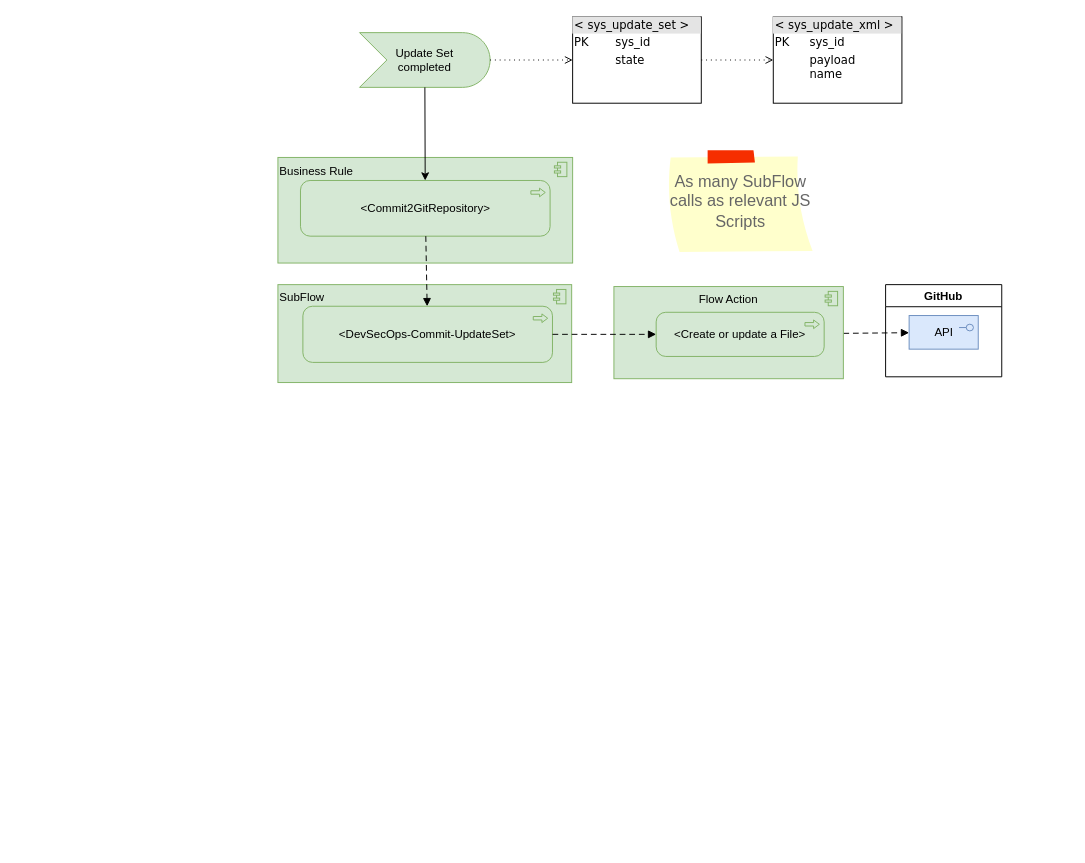
algimas/tmp keeps this draw.io diagram as page "GitHub" (11 of 12) of SnDevSecOps.drawio. Above is the earlier version. Source tidied: cells renumbered, new cells numbered last; positions are measured from the earlier drawing's top-left corner, leaving out a move shared by most shapes. Both pictures are drawn from the tidied source at 96%, with x=0, y=0 at pixel (277, 16).
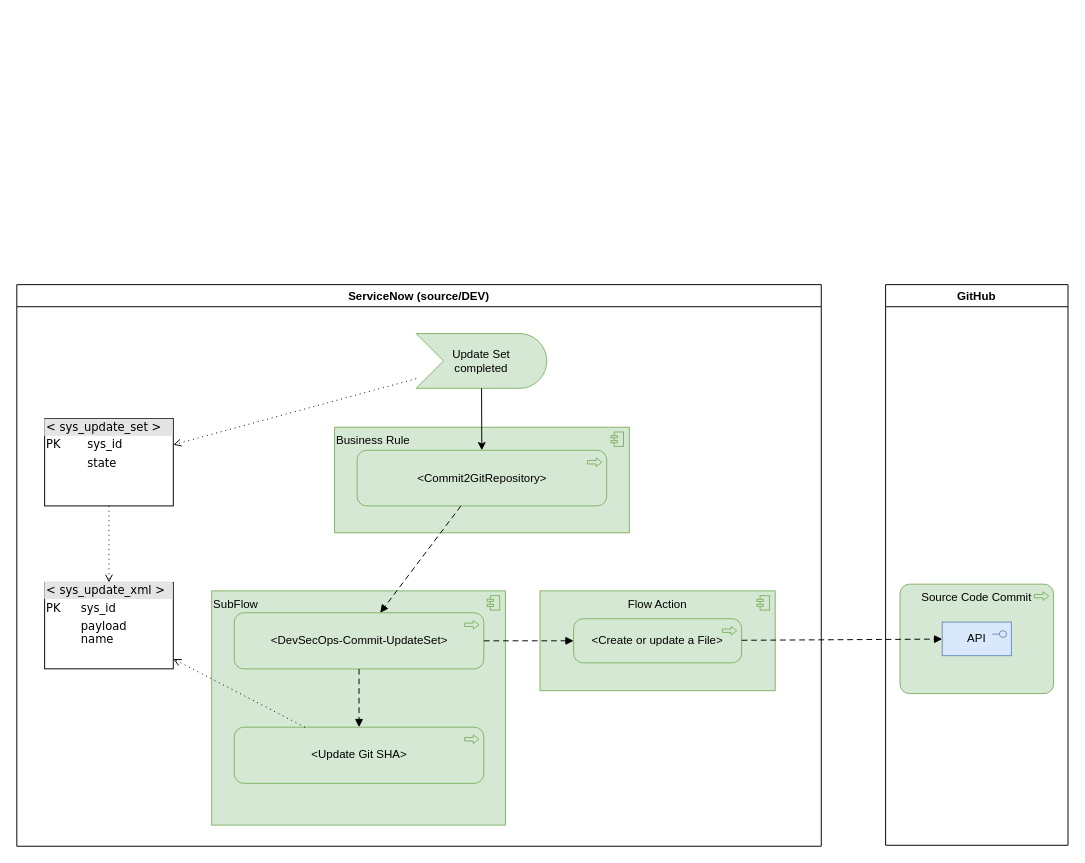
After the change.

What changed in the source:
```diff
@@
+    <mxCell id="20" value="ServiceNow (source/DEV)" style="swimlane;" parent="1" vertex="1">
+      <mxGeometry x="-272" y="279" width="838" height="585" as="geometry" />
+    </mxCell>
-    <mxCell id="2" value="Business Rule" style="html=1;whiteSpace=wrap;fillColor=#d5e8d4;shape=mxgraph.archimate3.application;appType=comp;archiType=square;strokeColor=#82b366;verticalAlign=top;align=left;" parent="1" vertex="1">
-      <mxGeometry y="146.5" width="307" height="110" as="geometry" />
+    <mxCell id="2" value="Business Rule" style="html=1;whiteSpace=wrap;fillColor=#d5e8d4;shape=mxgraph.archimate3.application;appType=comp;archiType=square;strokeColor=#82b366;verticalAlign=top;align=left;" parent="20" vertex="1">
+      <mxGeometry x="331" y="148.5" width="307" height="110" as="geometry" />
     </mxCell>
-    <mxCell id="3" value="&amp;lt;Commit2GitRepository&amp;gt;" style="html=1;outlineConnect=0;whiteSpace=wrap;fillColor=#d5e8d4;shape=mxgraph.archimate3.application;appType=proc;archiType=rounded;strokeColor=#82b366;" parent="1" vertex="1">
-      <mxGeometry x="23.5" y="170.5" width="260" height="58" as="geometry" />
+    <mxCell id="3" value="&amp;lt;Commit2GitRepository&amp;gt;" style="html=1;outlineConnect=0;whiteSpace=wrap;fillColor=#d5e8d4;shape=mxgraph.archimate3.application;appType=proc;archiType=rounded;strokeColor=#82b366;" parent="20" vertex="1">
+      <mxGeometry x="354.5" y="172.5" width="260" height="58" as="geometry" />
     </mxCell>
-    <mxCell id="4" value="SubFlow" style="html=1;whiteSpace=wrap;fillColor=#d5e8d4;shape=mxgraph.archimate3.application;appType=comp;archiType=square;strokeColor=#82b366;verticalAlign=top;align=left;" parent="1" vertex="1">
-      <mxGeometry y="279" width="306" height="102" as="geometry" />
+    <mxCell id="4" value="SubFlow" style="html=1;whiteSpace=wrap;fillColor=#d5e8d4;shape=mxgraph.archimate3.application;appType=comp;archiType=square;strokeColor=#82b366;verticalAlign=top;align=left;" parent="20" vertex="1">
+      <mxGeometry x="203" y="319" width="306" height="244" as="geometry" />
     </mxCell>
-    <mxCell id="5" value="&amp;lt;DevSecOps-Commit-UpdateSet&amp;gt;" style="html=1;outlineConnect=0;whiteSpace=wrap;fillColor=#d5e8d4;shape=mxgraph.archimate3.application;appType=proc;archiType=rounded;strokeColor=#82b366;verticalAlign=middle;" parent="1" vertex="1">
-      <mxGeometry x="26" y="301.5" width="260" height="58.5" as="geometry" />
+    <mxCell id="5" value="&amp;lt;DevSecOps-Commit-UpdateSet&amp;gt;" style="html=1;outlineConnect=0;whiteSpace=wrap;fillColor=#d5e8d4;shape=mxgraph.archimate3.application;appType=proc;archiType=rounded;strokeColor=#82b366;verticalAlign=middle;" parent="20" vertex="1">
+      <mxGeometry x="226.5" y="341.8" width="260" height="58.5" as="geometry" />
     </mxCell>
-    <mxCell id="6" value="Update Set &lt;br&gt;completed" style="html=1;outlineConnect=0;whiteSpace=wrap;fillColor=#d5e8d4;shape=mxgraph.archimate3.event;strokeColor=#82b366;" parent="1" vertex="1">
-      <mxGeometry x="85" y="16.5" width="136" height="57" as="geometry" />
+    <mxCell id="6" value="Update Set &lt;br&gt;completed" style="html=1;outlineConnect=0;whiteSpace=wrap;fillColor=#d5e8d4;shape=mxgraph.archimate3.event;strokeColor=#82b366;" parent="20" vertex="1">
+      <mxGeometry x="416" y="51" width="136" height="57" as="geometry" />
     </mxCell>
-    <mxCell id="7" style="edgeStyle=none;rounded=0;jettySize=auto;html=1;fontSize=6;" parent="1" edge="1" source="6" target="3">
+    <mxCell id="7" style="edgeStyle=none;rounded=0;jettySize=auto;html=1;fontSize=6;" parent="20" edge="1" source="6" target="3">
       <mxGeometry relative="1" as="geometry" />
     </mxCell>
-    <mxCell id="8" value="&lt;div style=&quot;box-sizing: border-box ; width: 100% ; background: #e4e4e4 ; padding: 2px&quot;&gt;&amp;lt;&amp;nbsp;sys_update_set&amp;nbsp;&amp;gt;&lt;/div&gt;&lt;table style=&quot;width: 100% ; font-size: 1em&quot; cellpadding=&quot;2&quot; cellspacing=&quot;0&quot;&gt;&lt;tbody&gt;&lt;tr&gt;&lt;td&gt;PK&lt;/td&gt;&lt;td&gt;sys_id&lt;/td&gt;&lt;/tr&gt;&lt;tr&gt;&lt;td&gt;&lt;/td&gt;&lt;td&gt;state&lt;/td&gt;&lt;/tr&gt;&lt;tr&gt;&lt;td&gt;&lt;br&gt;&lt;/td&gt;&lt;td&gt;&lt;br&gt;&lt;/td&gt;&lt;/tr&gt;&lt;tr&gt;&lt;td&gt;&lt;br&gt;&lt;/td&gt;&lt;td&gt;&lt;/td&gt;&lt;/tr&gt;&lt;/tbody&gt;&lt;/table&gt;" style="verticalAlign=top;align=left;overflow=fill;html=1;rounded=0;shadow=0;comic=0;labelBackgroundColor=none;strokeWidth=1;fontFamily=Verdana;fontSize=12;" parent="1" vertex="1">
-      <mxGeometry x="307" width="134" height="90" as="geometry" />
-    </mxCell>
-    <mxCell id="9" value="GitHub" style="swimlane;" parent="1" vertex="1">
-      <mxGeometry x="633" y="279" width="121" height="96" as="geometry" />
-    </mxCell>
-    <mxCell id="10" value="API" style="html=1;outlineConnect=0;whiteSpace=wrap;fillColor=#dae8fc;shape=mxgraph.archimate3.application;appType=interface;archiType=square;strokeColor=#6c8ebf;verticalAlign=middle;" parent="9" vertex="1">
-      <mxGeometry x="24.5" y="32.2" width="72" height="35" as="geometry" />
-    </mxCell>
-    <mxCell id="11" style="html=1;endArrow=block;dashed=1;elbow=vertical;endFill=1;dashPattern=6 4;rounded=0;fontSize=12;" parent="1" edge="1" source="3" target="5">
+    <mxCell id="11" style="html=1;endArrow=block;dashed=1;elbow=vertical;endFill=1;dashPattern=6 4;rounded=0;fontSize=12;" parent="20" edge="1" source="3" target="5">
       <mxGeometry relative="1" as="geometry" />
     </mxCell>
-    <mxCell id="12" style="html=1;endArrow=open;elbow=vertical;endFill=0;dashed=1;dashPattern=1 4;rounded=0;fillColor=#00b9f2;" parent="1" edge="1" source="6" target="8">
-      <mxGeometry relative="1" as="geometry" />
-    </mxCell>
-    <mxCell id="13" style="html=1;endArrow=block;dashed=1;elbow=vertical;endFill=1;dashPattern=6 4;rounded=0;fontSize=12;" parent="1" edge="1" source="15" target="10">
-      <mxGeometry relative="1" as="geometry" />
-    </mxCell>
-    <mxCell id="14" value="Flow Action" style="html=1;whiteSpace=wrap;fillColor=#d5e8d4;shape=mxgraph.archimate3.application;appType=comp;archiType=square;strokeColor=#82b366;verticalAlign=top;" parent="1" vertex="1">
-      <mxGeometry x="350" y="281" width="239" height="96" as="geometry" />
+    <mxCell id="14" value="Flow Action" style="html=1;whiteSpace=wrap;fillColor=#d5e8d4;shape=mxgraph.archimate3.application;appType=comp;archiType=square;strokeColor=#82b366;verticalAlign=top;" parent="20" vertex="1">
+      <mxGeometry x="545" y="319" width="245" height="104" as="geometry" />
     </mxCell>
-    <mxCell id="15" value="&amp;lt;Create or update a File&amp;gt;" style="html=1;outlineConnect=0;whiteSpace=wrap;fillColor=#d5e8d4;shape=mxgraph.archimate3.application;appType=proc;archiType=rounded;strokeColor=#82b366;" parent="1" vertex="1">
-      <mxGeometry x="394" y="307.8" width="175" height="46" as="geometry" />
+    <mxCell id="15" value="&amp;lt;Create or update a File&amp;gt;" style="html=1;outlineConnect=0;whiteSpace=wrap;fillColor=#d5e8d4;shape=mxgraph.archimate3.application;appType=proc;archiType=rounded;strokeColor=#82b366;" parent="20" vertex="1">
+      <mxGeometry x="580" y="348" width="175" height="46" as="geometry" />
     </mxCell>
-    <mxCell id="16" style="html=1;endArrow=block;dashed=1;elbow=vertical;endFill=1;dashPattern=6 4;rounded=0;fontSize=12;" parent="1" edge="1" source="5" target="15">
+    <mxCell id="16" style="html=1;endArrow=block;dashed=1;elbow=vertical;endFill=1;dashPattern=6 4;rounded=0;fontSize=12;" parent="20" edge="1" source="5" target="15">
       <mxGeometry relative="1" as="geometry" />
     </mxCell>
-    <mxCell id="17" value="As many SubFlow calls as relevant JS Scripts" style="strokeWidth=1;shadow=0;dashed=0;align=center;html=1;shape=mxgraph.mockup.text.stickyNote2;fontColor=#666666;mainText=;fontSize=17;whiteSpace=wrap;fillColor=#ffffcc;strokeColor=#F62E00;" parent="1" vertex="1">
-      <mxGeometry x="404.5" y="139" width="154" height="107" as="geometry" />
-    </mxCell>
+    <mxCell id="8" value="&lt;div style=&quot;box-sizing: border-box ; width: 100% ; background: #e4e4e4 ; padding: 2px&quot;&gt;&amp;lt;&amp;nbsp;sys_update_set&amp;nbsp;&amp;gt;&lt;/div&gt;&lt;table style=&quot;width: 100% ; font-size: 1em&quot; cellpadding=&quot;2&quot; cellspacing=&quot;0&quot;&gt;&lt;tbody&gt;&lt;tr&gt;&lt;td&gt;PK&lt;/td&gt;&lt;td&gt;sys_id&lt;/td&gt;&lt;/tr&gt;&lt;tr&gt;&lt;td&gt;&lt;/td&gt;&lt;td&gt;state&lt;/td&gt;&lt;/tr&gt;&lt;tr&gt;&lt;td&gt;&lt;br&gt;&lt;/td&gt;&lt;td&gt;&lt;br&gt;&lt;/td&gt;&lt;/tr&gt;&lt;tr&gt;&lt;td&gt;&lt;br&gt;&lt;/td&gt;&lt;td&gt;&lt;/td&gt;&lt;/tr&gt;&lt;/tbody&gt;&lt;/table&gt;" style="verticalAlign=top;align=left;overflow=fill;html=1;rounded=0;shadow=0;comic=0;labelBackgroundColor=none;strokeWidth=1;fontFamily=Verdana;fontSize=12;" parent="20" vertex="1">
+      <mxGeometry x="29" y="139.5" width="134" height="91" as="geometry" />
+    </mxCell>
-    <mxCell id="18" value="&lt;div style=&quot;box-sizing: border-box ; width: 100% ; background: #e4e4e4 ; padding: 2px&quot;&gt;&amp;lt;&amp;nbsp;sys_update_xml&amp;nbsp;&amp;gt;&lt;/div&gt;&lt;table style=&quot;width: 100% ; font-size: 1em&quot; cellpadding=&quot;2&quot; cellspacing=&quot;0&quot;&gt;&lt;tbody&gt;&lt;tr&gt;&lt;td&gt;PK&lt;/td&gt;&lt;td&gt;sys_id&lt;/td&gt;&lt;/tr&gt;&lt;tr&gt;&lt;td&gt;&lt;/td&gt;&lt;td&gt;payload&lt;br&gt;name&lt;/td&gt;&lt;/tr&gt;&lt;tr&gt;&lt;td&gt;&lt;br&gt;&lt;/td&gt;&lt;td&gt;&lt;br&gt;&lt;/td&gt;&lt;/tr&gt;&lt;tr&gt;&lt;td&gt;&lt;br&gt;&lt;/td&gt;&lt;td&gt;&lt;/td&gt;&lt;/tr&gt;&lt;/tbody&gt;&lt;/table&gt;" style="verticalAlign=top;align=left;overflow=fill;html=1;rounded=0;shadow=0;comic=0;labelBackgroundColor=none;strokeWidth=1;fontFamily=Verdana;fontSize=12;" parent="1" vertex="1">
-      <mxGeometry x="516" width="134" height="90" as="geometry" />
+    <mxCell id="18" value="&lt;div style=&quot;box-sizing: border-box ; width: 100% ; background: #e4e4e4 ; padding: 2px&quot;&gt;&amp;lt;&amp;nbsp;sys_update_xml&amp;nbsp;&amp;gt;&lt;/div&gt;&lt;table style=&quot;width: 100% ; font-size: 1em&quot; cellpadding=&quot;2&quot; cellspacing=&quot;0&quot;&gt;&lt;tbody&gt;&lt;tr&gt;&lt;td&gt;PK&lt;/td&gt;&lt;td&gt;sys_id&lt;/td&gt;&lt;/tr&gt;&lt;tr&gt;&lt;td&gt;&lt;/td&gt;&lt;td&gt;payload&lt;br&gt;name&lt;/td&gt;&lt;/tr&gt;&lt;tr&gt;&lt;td&gt;&lt;br&gt;&lt;/td&gt;&lt;td&gt;&lt;br&gt;&lt;/td&gt;&lt;/tr&gt;&lt;tr&gt;&lt;td&gt;&lt;br&gt;&lt;/td&gt;&lt;td&gt;&lt;/td&gt;&lt;/tr&gt;&lt;/tbody&gt;&lt;/table&gt;" style="verticalAlign=top;align=left;overflow=fill;html=1;rounded=0;shadow=0;comic=0;labelBackgroundColor=none;strokeWidth=1;fontFamily=Verdana;fontSize=12;" parent="20" vertex="1">
+      <mxGeometry x="29" y="310.2" width="134" height="90" as="geometry" />
     </mxCell>
-    <mxCell id="19" style="html=1;endArrow=open;elbow=vertical;endFill=0;dashed=1;dashPattern=1 4;rounded=0;fillColor=#00b9f2;" parent="1" edge="1" source="8" target="18">
+    <mxCell id="19" style="html=1;endArrow=open;elbow=vertical;endFill=0;dashed=1;dashPattern=1 4;rounded=0;fillColor=#00b9f2;" parent="20" edge="1" source="8" target="18">
       <mxGeometry relative="1" as="geometry" />
     </mxCell>
+    <mxCell id="12" style="html=1;endArrow=open;elbow=vertical;endFill=0;dashed=1;dashPattern=1 4;rounded=0;fillColor=#00b9f2;" parent="20" edge="1" source="6" target="8">
+      <mxGeometry relative="1" as="geometry" />
+    </mxCell>
+    <mxCell id="21" value="&amp;lt;Update Git SHA&amp;gt;" style="html=1;outlineConnect=0;whiteSpace=wrap;fillColor=#d5e8d4;shape=mxgraph.archimate3.application;appType=proc;archiType=rounded;strokeColor=#82b366;verticalAlign=middle;" parent="20" vertex="1">
+      <mxGeometry x="226.5" y="461" width="260" height="58.5" as="geometry" />
+    </mxCell>
+    <mxCell id="22" style="html=1;endArrow=block;dashed=1;elbow=vertical;endFill=1;dashPattern=6 4;rounded=0;fontSize=12;" parent="20" edge="1" source="5" target="21">
+      <mxGeometry relative="1" as="geometry" />
+    </mxCell>
+    <mxCell id="23" style="html=1;endArrow=open;elbow=vertical;endFill=0;dashed=1;dashPattern=1 4;rounded=0;fillColor=#00b9f2;" parent="20" edge="1" source="21" target="18">
+      <mxGeometry relative="1" as="geometry" />
+    </mxCell>
+    <mxCell id="9" value="GitHub" style="swimlane;" parent="1" vertex="1">
+      <mxGeometry x="633" y="279" width="190" height="584" as="geometry" />
+    </mxCell>
+    <mxCell id="24" value="Source Code Commit" style="html=1;whiteSpace=wrap;fillColor=#d5e8d4;shape=mxgraph.archimate3.application;appType=proc;archiType=rounded;strokeColor=#82b366;verticalAlign=top;" parent="9" vertex="1">
+      <mxGeometry x="15" y="312" width="160" height="114" as="geometry" />
+    </mxCell>
+    <mxCell id="10" value="API" style="html=1;outlineConnect=0;whiteSpace=wrap;fillColor=#dae8fc;shape=mxgraph.archimate3.application;appType=interface;archiType=square;strokeColor=#6c8ebf;verticalAlign=middle;" parent="9" vertex="1">
+      <mxGeometry x="59" y="351.5" width="72" height="35" as="geometry" />
+    </mxCell>
+    <mxCell id="13" style="html=1;endArrow=block;dashed=1;elbow=vertical;endFill=1;dashPattern=6 4;rounded=0;fontSize=12;" parent="1" edge="1" source="15" target="10">
+      <mxGeometry relative="1" as="geometry" />
+    </mxCell>
```
